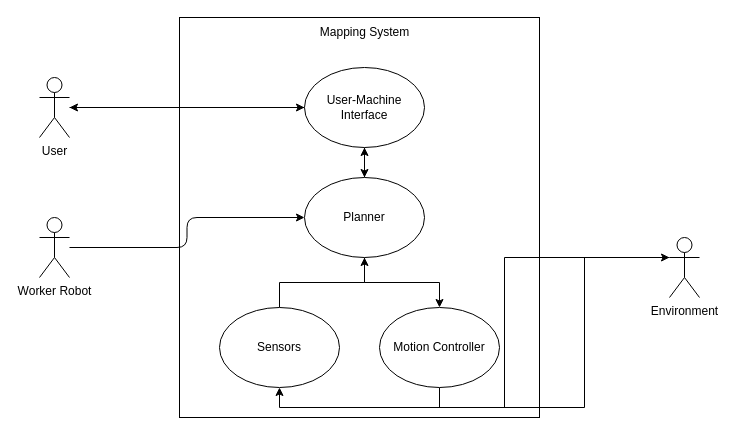
The draw.io diagram page "Page-1" (1 of 6) of Research Project.drawio in aaronxavier/research-project-code, before the edit. Source tidied: cells renumbered, new cells numbered last; positions are measured from the earlier drawing's top-left corner, leaving out a move shared by most shapes. Both pictures are drawn from the tidied source at 100%, with x=0, y=0 at pixel (39, 17).
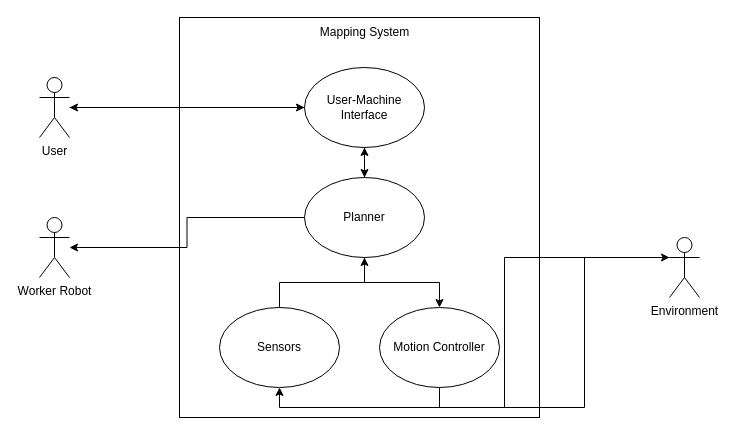
After the change.

What changed in the source:
```diff
@@
 <mxGraphModel>
   <root>
     <mxCell id="0" />
     <mxCell id="1" parent="0" />
     <mxCell id="2" style="rounded=0;whiteSpace=wrap;html=1;" parent="1" vertex="1">
       <mxGeometry x="140" width="360" height="400" as="geometry" />
     </mxCell>
     <mxCell id="3" style="edgeStyle=orthogonalEdgeStyle;rounded=0;jettySize=auto;html=1;exitX=0.5;exitY=1;exitDx=0;exitDy=0;entryX=0.5;entryY=0;entryDx=0;entryDy=0;" parent="1" edge="1" source="5" target="8">
       <mxGeometry relative="1" as="geometry" />
     </mxCell>
     <mxCell id="4" style="edgeStyle=orthogonalEdgeStyle;rounded=0;jettySize=auto;html=1;" parent="1" edge="1" source="5" target="14">
       <mxGeometry relative="1" as="geometry" />
     </mxCell>
     <mxCell id="5" value="User-Machine Interface" style="ellipse;whiteSpace=wrap;html=1;" parent="1" vertex="1">
       <mxGeometry x="265" y="50" width="120" height="80" as="geometry" />
     </mxCell>
     <mxCell id="6" style="edgeStyle=orthogonalEdgeStyle;rounded=0;jettySize=auto;html=1;" parent="1" edge="1" source="8" target="12">
       <mxGeometry relative="1" as="geometry" />
     </mxCell>
     <mxCell id="7" style="edgeStyle=orthogonalEdgeStyle;rounded=0;jettySize=auto;html=1;" parent="1" edge="1" source="8" target="5">
       <mxGeometry relative="1" as="geometry" />
     </mxCell>
+    <mxCell id="20" style="edgeStyle=orthogonalEdgeStyle;rounded=0;jettySize=auto;html=1;exitX=0;exitY=0.5;exitDx=0;exitDy=0;" parent="1" edge="1" source="8" target="18">
+      <mxGeometry relative="1" as="geometry" />
+    </mxCell>
     <mxCell id="8" value="Planner" style="ellipse;whiteSpace=wrap;html=1;" parent="1" vertex="1">
       <mxGeometry x="265" y="160" width="120" height="80" as="geometry" />
     </mxCell>
     <mxCell id="9" style="edgeStyle=orthogonalEdgeStyle;rounded=0;jettySize=auto;html=1;entryX=0.5;entryY=1;entryDx=0;entryDy=0;" parent="1" edge="1" source="10" target="8">
       <mxGeometry relative="1" as="geometry" />
     </mxCell>
     <mxCell id="10" value="Sensors" style="ellipse;whiteSpace=wrap;html=1;" parent="1" vertex="1">
       <mxGeometry x="180" y="290" width="120" height="80" as="geometry" />
     </mxCell>
     <mxCell id="11" style="edgeStyle=orthogonalEdgeStyle;rounded=0;jettySize=auto;html=1;exitX=0.5;exitY=1;exitDx=0;exitDy=0;entryX=0;entryY=0.3333333333333333;entryDx=0;entryDy=0;entryPerimeter=0;" parent="1" edge="1" source="12" target="16">
       <mxGeometry relative="1" as="geometry" />
     </mxCell>
     <mxCell id="12" value="Motion Controller" style="ellipse;whiteSpace=wrap;html=1;" parent="1" vertex="1">
       <mxGeometry x="340" y="290" width="120" height="80" as="geometry" />
     </mxCell>
     <mxCell id="13" style="edgeStyle=orthogonalEdgeStyle;rounded=0;jettySize=auto;html=1;entryX=0;entryY=0.5;entryDx=0;entryDy=0;" parent="1" edge="1" source="14" target="5">
       <mxGeometry relative="1" as="geometry" />
     </mxCell>
     <mxCell id="14" value="User" style="shape=umlActor;verticalLabelPosition=bottom;verticalAlign=top;html=1;outlineConnect=0;" parent="1" vertex="1">
       <mxGeometry y="60" width="30" height="60" as="geometry" />
     </mxCell>
     <mxCell id="15" style="edgeStyle=orthogonalEdgeStyle;rounded=0;jettySize=auto;html=1;exitX=0;exitY=0.3333333333333333;exitDx=0;exitDy=0;exitPerimeter=0;entryX=0.5;entryY=1;entryDx=0;entryDy=0;" parent="1" edge="1" source="16" target="10">
       <mxGeometry relative="1" as="geometry" />
     </mxCell>
     <mxCell id="16" value="Environment" style="shape=umlActor;verticalLabelPosition=bottom;verticalAlign=top;html=1;outlineConnect=0;" parent="1" vertex="1">
       <mxGeometry x="630" y="220" width="30" height="60" as="geometry" />
     </mxCell>
-    <mxCell id="17" style="edgeStyle=orthogonalEdgeStyle;rounded=1;jettySize=auto;html=1;entryX=0;entryY=0.5;entryDx=0;entryDy=0;" parent="1" edge="1" source="18" target="8">
-      <mxGeometry relative="1" as="geometry" />
-    </mxCell>
     <mxCell id="18" value="Worker Robot" style="shape=umlActor;verticalLabelPosition=bottom;verticalAlign=top;html=1;outlineConnect=0;" parent="1" vertex="1">
       <mxGeometry y="200" width="30" height="60" as="geometry" />
     </mxCell>
     <mxCell id="19" value="Mapping System" style="text;html=1;align=center;verticalAlign=middle;strokeColor=none;fillColor=none;" parent="1" vertex="1">
       <mxGeometry x="270" width="110" height="30" as="geometry" />
     </mxCell>
   </root>
 </mxGraphModel>
```
